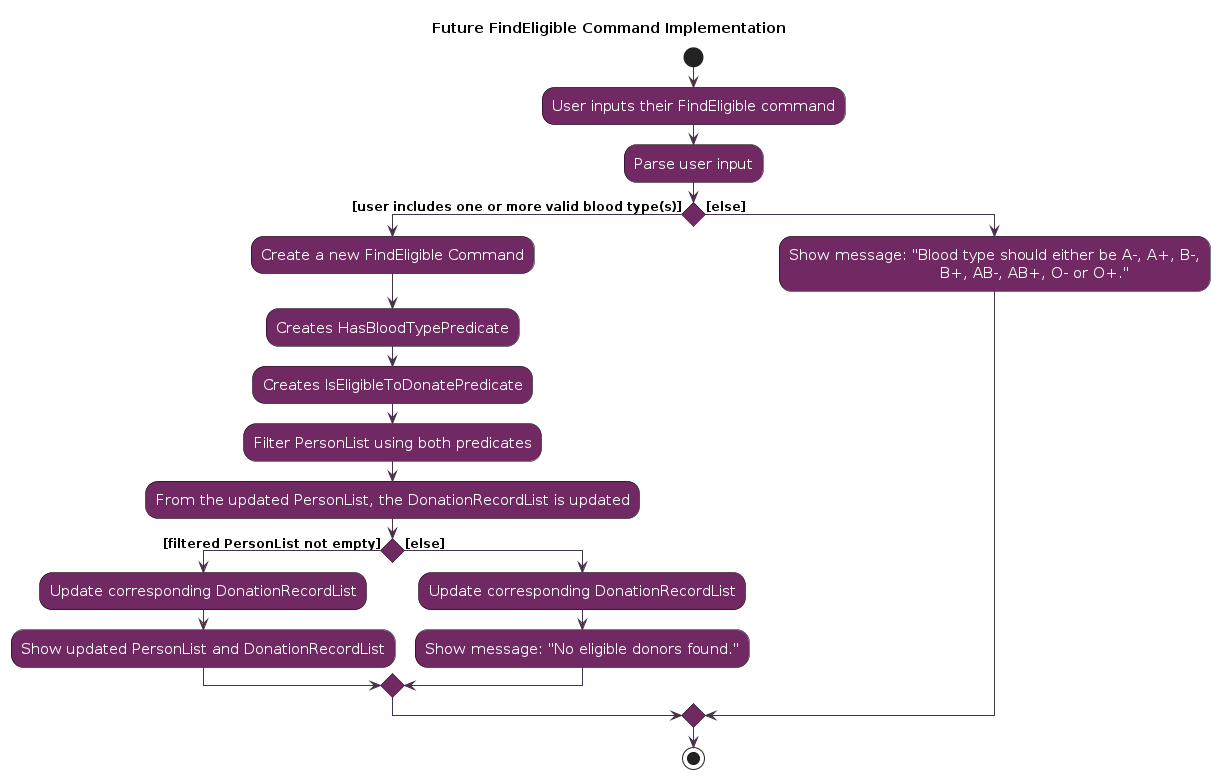
The PlantUML diagram diagrams/FutureUIImplementationForFindEligible.png in AY2526S1-CS2103T-T16-4/tp, before a commit. Its source is kept beside it as diagrams/FutureUIImplementationForFindEligible.puml.
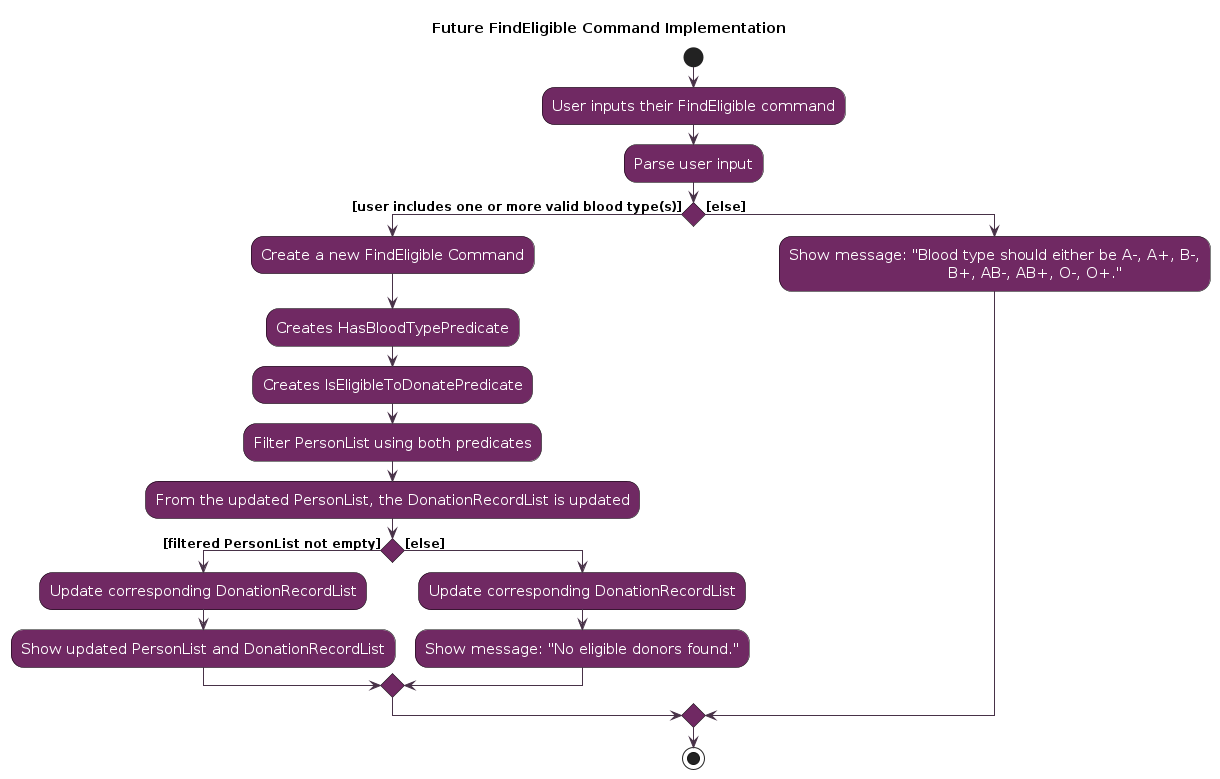
After the change.

What changed in the source:
```diff
@@ -13,8 +13,6 @@
 start
 :User inputs their FindEligible command;
 :Parse user input;
-
-
 if ()then ([user includes one or more valid blood type(s)])
     :Create a new FindEligible Command;
     :Creates HasBloodTypePredicate;
@@ -30,7 +28,7 @@
     endif
 else ([else])
     :Show message: "Blood type should either be A-, A+, B-,
-                    B+, AB-, AB+, O- or O+.";
+                    B+, AB-, AB+, O-, O+.";
 endif
 stop
 @enduml
```
